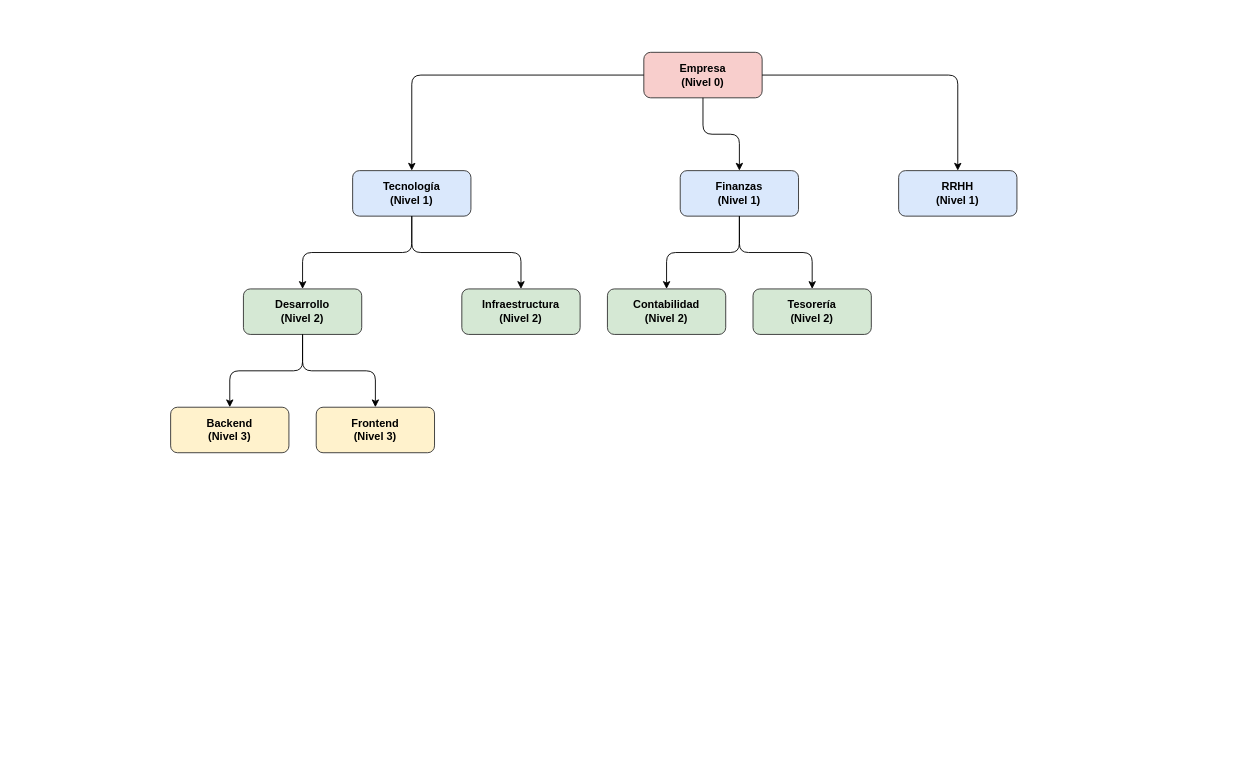
Earlier version of the draw.io diagram 01-introduccion-arboles/diagrama.drawio (JD01AsUrA/EstructuraDatosII-JuanAlonso). Source tidied: cells renumbered, new cells numbered last; positions are measured from the earlier drawing's top-left corner, leaving out a move shared by most shapes. Both pictures are drawn from the tidied source at 91%, with x=0, y=0 at pixel (170, 52).
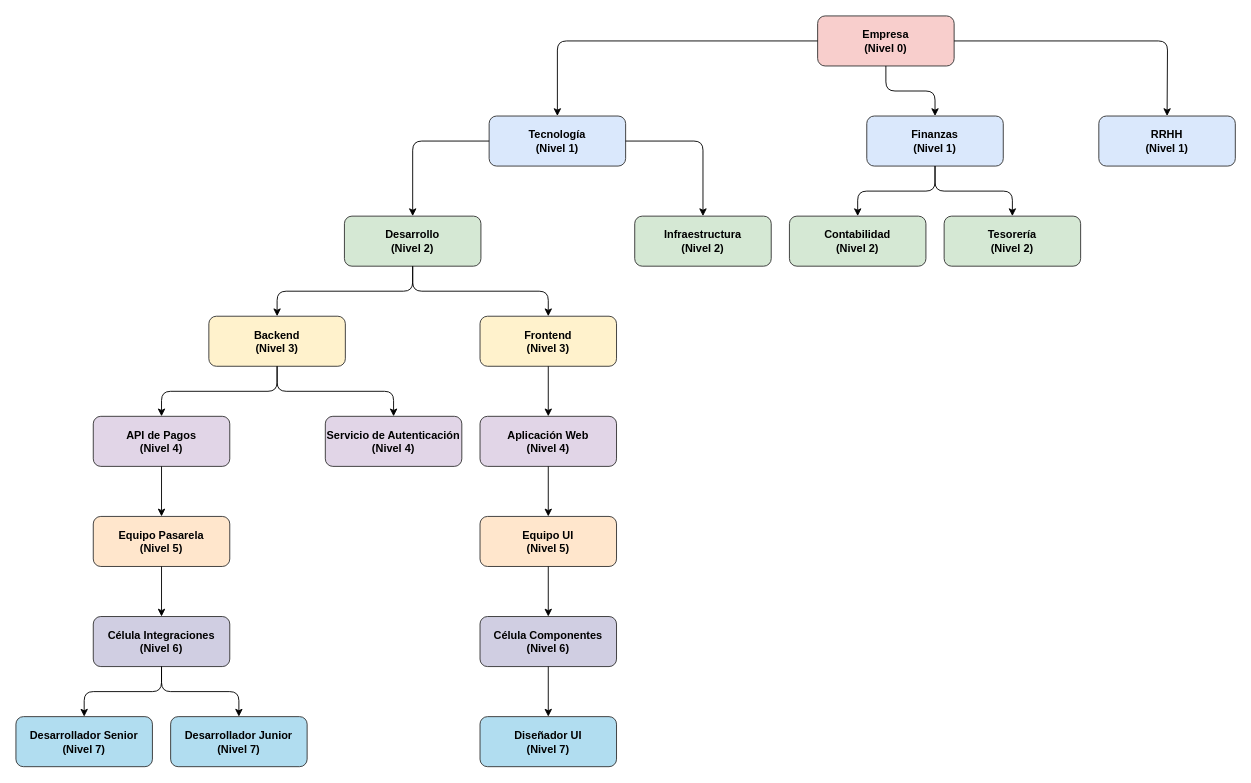
The same diagram, later.

Commit message:
Guía 1: actualiza diagrama y README con jerarquía de 20 nodos

Diff of the diagram source:
```diff
@@
+    <mxCell id="21" value="Desarrollador Senior&#10;(Nivel 7)" style="rounded=1;whiteSpace=wrap;html=1;fillColor=#b1ddf0;strokeColor=#333333;fontStyle=1;" parent="1" vertex="1">
+      <mxGeometry x="-170" y="730" width="150" height="55" as="geometry" />
+    </mxCell>
+    <mxCell id="22" value="Desarrollador Junior&#10;(Nivel 7)" style="rounded=1;whiteSpace=wrap;html=1;fillColor=#b1ddf0;strokeColor=#333333;fontStyle=1;" parent="1" vertex="1">
+      <mxGeometry y="730" width="150" height="55" as="geometry" />
+    </mxCell>
+    <mxCell id="23" value="Célula Integraciones&#10;(Nivel 6)" style="rounded=1;whiteSpace=wrap;html=1;fillColor=#d0cee2;strokeColor=#333333;fontStyle=1;" parent="1" vertex="1">
+      <mxGeometry x="-85" y="620" width="150" height="55" as="geometry" />
+    </mxCell>
+    <mxCell id="24" value="Equipo Pasarela&#10;(Nivel 5)" style="rounded=1;whiteSpace=wrap;html=1;fillColor=#ffe6cc;strokeColor=#333333;fontStyle=1;" parent="1" vertex="1">
+      <mxGeometry x="-85" y="510" width="150" height="55" as="geometry" />
+    </mxCell>
+    <mxCell id="25" value="API de Pagos&#10;(Nivel 4)" style="rounded=1;whiteSpace=wrap;html=1;fillColor=#e1d5e7;strokeColor=#333333;fontStyle=1;" parent="1" vertex="1">
+      <mxGeometry x="-85" y="400" width="150" height="55" as="geometry" />
+    </mxCell>
+    <mxCell id="26" value="Servicio de Autenticación&#10;(Nivel 4)" style="rounded=1;whiteSpace=wrap;html=1;fillColor=#e1d5e7;strokeColor=#333333;fontStyle=1;" parent="1" vertex="1">
+      <mxGeometry x="170" y="400" width="150" height="55" as="geometry" />
+    </mxCell>
     <mxCell id="2" value="Backend&#10;(Nivel 3)" style="rounded=1;whiteSpace=wrap;html=1;fillColor=#fff2cc;strokeColor=#333333;fontStyle=1;" parent="1" vertex="1">
-      <mxGeometry y="390" width="130" height="50" as="geometry" />
+      <mxGeometry x="42" y="290" width="150" height="55" as="geometry" />
     </mxCell>
+    <mxCell id="27" value="Diseñador UI&#10;(Nivel 7)" style="rounded=1;whiteSpace=wrap;html=1;fillColor=#b1ddf0;strokeColor=#333333;fontStyle=1;" parent="1" vertex="1">
+      <mxGeometry x="340" y="730" width="150" height="55" as="geometry" />
+    </mxCell>
+    <mxCell id="28" value="Célula Componentes&#10;(Nivel 6)" style="rounded=1;whiteSpace=wrap;html=1;fillColor=#d0cee2;strokeColor=#333333;fontStyle=1;" parent="1" vertex="1">
+      <mxGeometry x="340" y="620" width="150" height="55" as="geometry" />
+    </mxCell>
+    <mxCell id="29" value="Equipo UI&#10;(Nivel 5)" style="rounded=1;whiteSpace=wrap;html=1;fillColor=#ffe6cc;strokeColor=#333333;fontStyle=1;" parent="1" vertex="1">
+      <mxGeometry x="340" y="510" width="150" height="55" as="geometry" />
+    </mxCell>
+    <mxCell id="30" value="Aplicación Web&#10;(Nivel 4)" style="rounded=1;whiteSpace=wrap;html=1;fillColor=#e1d5e7;strokeColor=#333333;fontStyle=1;" parent="1" vertex="1">
+      <mxGeometry x="340" y="400" width="150" height="55" as="geometry" />
+    </mxCell>
     <mxCell id="3" value="Frontend&#10;(Nivel 3)" style="rounded=1;whiteSpace=wrap;html=1;fillColor=#fff2cc;strokeColor=#333333;fontStyle=1;" parent="1" vertex="1">
-      <mxGeometry x="160" y="390" width="130" height="50" as="geometry" />
+      <mxGeometry x="340" y="290" width="150" height="55" as="geometry" />
     </mxCell>
     <mxCell id="4" value="Desarrollo&#10;(Nivel 2)" style="rounded=1;whiteSpace=wrap;html=1;fillColor=#d5e8d4;strokeColor=#333333;fontStyle=1;" parent="1" vertex="1">
-      <mxGeometry x="80" y="260" width="130" height="50" as="geometry" />
+      <mxGeometry x="191" y="180" width="150" height="55" as="geometry" />
     </mxCell>
     <mxCell id="5" value="Infraestructura&#10;(Nivel 2)" style="rounded=1;whiteSpace=wrap;html=1;fillColor=#d5e8d4;strokeColor=#333333;fontStyle=1;" parent="1" vertex="1">
-      <mxGeometry x="320" y="260" width="130" height="50" as="geometry" />
+      <mxGeometry x="510" y="180" width="150" height="55" as="geometry" />
     </mxCell>
     <mxCell id="6" value="Tecnología&#10;(Nivel 1)" style="rounded=1;whiteSpace=wrap;html=1;fillColor=#dae8fc;strokeColor=#333333;fontStyle=1;" parent="1" vertex="1">
-      <mxGeometry x="200" y="130" width="130" height="50" as="geometry" />
+      <mxGeometry x="350" y="70" width="150" height="55" as="geometry" />
     </mxCell>
     <mxCell id="7" value="Contabilidad&#10;(Nivel 2)" style="rounded=1;whiteSpace=wrap;html=1;fillColor=#d5e8d4;strokeColor=#333333;fontStyle=1;" parent="1" vertex="1">
-      <mxGeometry x="480" y="260" width="130" height="50" as="geometry" />
+      <mxGeometry x="680" y="180" width="150" height="55" as="geometry" />
     </mxCell>
     <mxCell id="8" value="Tesorería&#10;(Nivel 2)" style="rounded=1;whiteSpace=wrap;html=1;fillColor=#d5e8d4;strokeColor=#333333;fontStyle=1;" parent="1" vertex="1">
-      <mxGeometry x="640" y="260" width="130" height="50" as="geometry" />
+      <mxGeometry x="850" y="180" width="150" height="55" as="geometry" />
     </mxCell>
     <mxCell id="9" value="Finanzas&#10;(Nivel 1)" style="rounded=1;whiteSpace=wrap;html=1;fillColor=#dae8fc;strokeColor=#333333;fontStyle=1;" parent="1" vertex="1">
-      <mxGeometry x="560" y="130" width="130" height="50" as="geometry" />
+      <mxGeometry x="765" y="70" width="150" height="55" as="geometry" />
     </mxCell>
-    <mxCell id="10" value="RRHH&#10;(Nivel 1)" style="rounded=1;whiteSpace=wrap;html=1;fillColor=#dae8fc;strokeColor=#333333;fontStyle=1;" parent="1" vertex="1">
-      <mxGeometry x="800" y="130" width="130" height="50" as="geometry" />
-    </mxCell>
     <mxCell id="11" value="Empresa&#10;(Nivel 0)" style="rounded=1;whiteSpace=wrap;html=1;fillColor=#f8cecc;strokeColor=#333333;fontStyle=1;" parent="1" vertex="1">
-      <mxGeometry x="520" width="130" height="50" as="geometry" />
+      <mxGeometry x="711" y="-40" width="150" height="55" as="geometry" />
     </mxCell>
@@
-    <mxCell id="14" style="endArrow=classic;html=1;edgeStyle=orthogonalEdgeStyle;" parent="1" edge="1" source="11" target="10">
-      <mxGeometry relative="1" as="geometry" />
-    </mxCell>
+    <mxCell id="31" style="endArrow=classic;html=1;edgeStyle=orthogonalEdgeStyle;" parent="1" edge="1" source="11">
+      <mxGeometry relative="1" as="geometry">
+        <mxPoint x="1095" y="70" as="targetPoint" />
+      </mxGeometry>
+    </mxCell>
@@
+    <mxCell id="32" style="endArrow=classic;html=1;edgeStyle=orthogonalEdgeStyle;" parent="1" edge="1" source="2" target="25">
+      <mxGeometry relative="1" as="geometry" />
+    </mxCell>
+    <mxCell id="33" style="endArrow=classic;html=1;edgeStyle=orthogonalEdgeStyle;" parent="1" edge="1" source="2" target="26">
+      <mxGeometry relative="1" as="geometry" />
+    </mxCell>
+    <mxCell id="34" style="endArrow=classic;html=1;edgeStyle=orthogonalEdgeStyle;" parent="1" edge="1" source="3" target="30">
+      <mxGeometry relative="1" as="geometry" />
+    </mxCell>
+    <mxCell id="35" style="endArrow=classic;html=1;edgeStyle=orthogonalEdgeStyle;" parent="1" edge="1" source="25" target="24">
+      <mxGeometry relative="1" as="geometry" />
+    </mxCell>
+    <mxCell id="36" style="endArrow=classic;html=1;edgeStyle=orthogonalEdgeStyle;" parent="1" edge="1" source="30" target="29">
+      <mxGeometry relative="1" as="geometry" />
+    </mxCell>
+    <mxCell id="37" style="endArrow=classic;html=1;edgeStyle=orthogonalEdgeStyle;" parent="1" edge="1" source="24" target="23">
+      <mxGeometry relative="1" as="geometry" />
+    </mxCell>
+    <mxCell id="38" style="endArrow=classic;html=1;edgeStyle=orthogonalEdgeStyle;" parent="1" edge="1" source="29" target="28">
+      <mxGeometry relative="1" as="geometry" />
+    </mxCell>
+    <mxCell id="39" style="endArrow=classic;html=1;edgeStyle=orthogonalEdgeStyle;" parent="1" edge="1" source="23" target="21">
+      <mxGeometry relative="1" as="geometry" />
+    </mxCell>
+    <mxCell id="40" style="endArrow=classic;html=1;edgeStyle=orthogonalEdgeStyle;" parent="1" edge="1" source="23" target="22">
+      <mxGeometry relative="1" as="geometry" />
+    </mxCell>
+    <mxCell id="41" style="endArrow=classic;html=1;edgeStyle=orthogonalEdgeStyle;" parent="1" edge="1" source="28" target="27">
+      <mxGeometry relative="1" as="geometry" />
+    </mxCell>
+    <mxCell id="10" value="RRHH&#10;(Nivel 1)" style="rounded=1;whiteSpace=wrap;html=1;fillColor=#dae8fc;strokeColor=#333333;fontStyle=1;" parent="1" vertex="1">
+      <mxGeometry x="1020" y="70" width="150" height="55" as="geometry" />
+    </mxCell>
```
